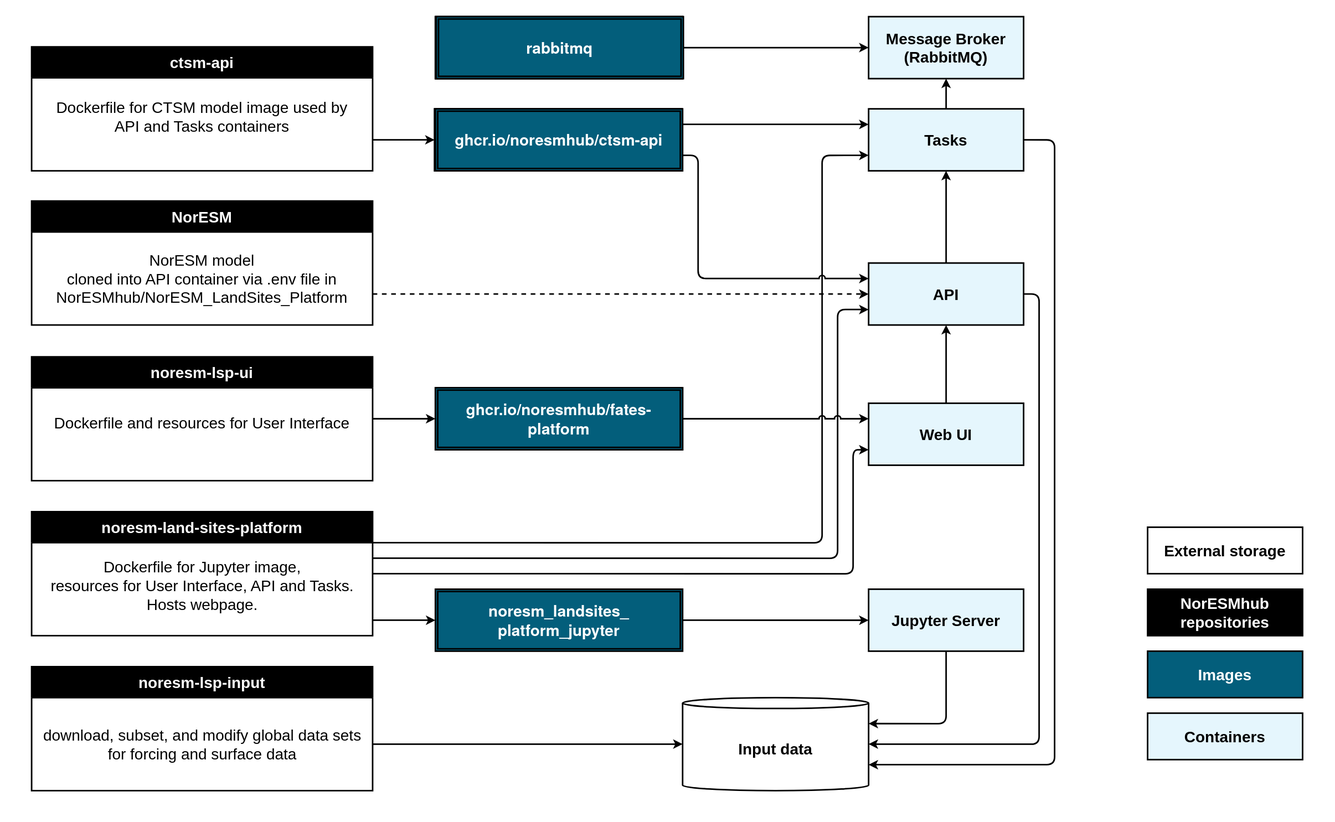
This is docs/img/repos_and_containers-MASTER.drawio.svg from NorESMhub/noresm-land-sites-platform, a draw.io export, as it was before one commit. Source tidied: cells renumbered, new cells last; positions are measured from the earlier drawing's top-left corner, leaving out a move shared by most shapes.
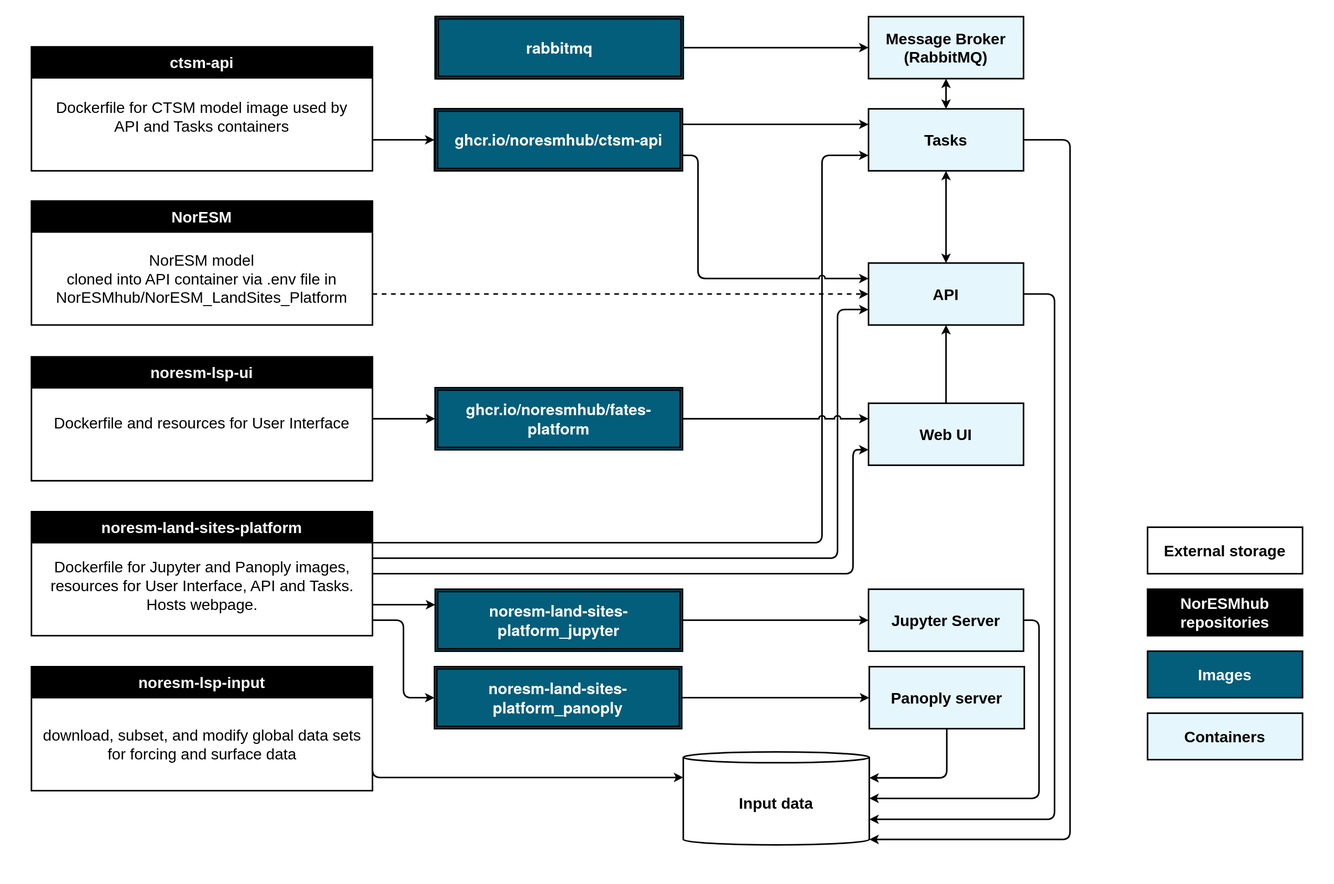
After the commit.

What changed in the source:
```diff
@@ -3,12 +3,10 @@
     <mxCell id="0" />
     <mxCell id="1" parent="0" />
     <mxCell id="2" style="rounded=0;whiteSpace=wrap;html=1;fontColor=#000000;fillColor=default;strokeColor=none;" parent="1" vertex="1">
-      <mxGeometry width="1720" height="1060" as="geometry" />
+      <mxGeometry width="1720" height="1140" as="geometry" />
     </mxCell>
-    <mxCell id="3" style="edgeStyle=orthogonalEdgeStyle;rounded=1;jettySize=auto;html=1;entryX=0;entryY=0.5;entryDx=0;entryDy=0;startArrow=none;startFill=0;fontSize=20;labelBackgroundColor=none;labelBorderColor=none;strokeWidth=2;jumpStyle=arc;endArrow=classic;endFill=1;" parent="1" edge="1" target="26">
-      <mxGeometry relative="1" as="geometry">
-        <mxPoint x="480" y="800" as="sourcePoint" />
-      </mxGeometry>
+    <mxCell id="3" style="edgeStyle=orthogonalEdgeStyle;rounded=1;jettySize=auto;html=1;entryX=0;entryY=0.25;entryDx=0;entryDy=0;startArrow=none;startFill=0;fontSize=20;labelBackgroundColor=none;labelBorderColor=none;strokeWidth=2;jumpStyle=arc;endArrow=classic;endFill=1;exitX=1;exitY=0.75;exitDx=0;exitDy=0;" parent="1" edge="1" source="6" target="26">
+      <mxGeometry relative="1" as="geometry" />
     </mxCell>
     <mxCell id="4" style="edgeStyle=orthogonalEdgeStyle;rounded=1;jettySize=auto;html=1;entryX=0;entryY=0.75;entryDx=0;entryDy=0;fontSize=20;startArrow=none;startFill=0;jumpStyle=arc;labelBackgroundColor=none;labelBorderColor=none;strokeWidth=2;endArrow=classic;endFill=1;" parent="1" edge="1" target="42">
       <mxGeometry relative="1" as="geometry">
@@ -27,10 +25,19 @@
         </Array>
       </mxGeometry>
     </mxCell>
+    <mxCell id="51" style="edgeStyle=orthogonalEdgeStyle;rounded=1;jettySize=auto;html=1;entryX=0;entryY=0.5;entryDx=0;entryDy=0;labelBackgroundColor=none;fontSize=20;startArrow=none;startFill=0;labelBorderColor=none;strokeWidth=2;endFill=1;" parent="1" edge="1" target="55">
+      <mxGeometry relative="1" as="geometry">
+        <mxPoint x="480" y="800" as="sourcePoint" />
+        <Array as="points">
+          <mxPoint x="520" y="800" />
+          <mxPoint x="520" y="900" />
+        </Array>
+      </mxGeometry>
+    </mxCell>
     <mxCell id="6" value="noresm-land-sites-platform" style="swimlane;fontSize=20;startSize=40;labelBackgroundColor=none;labelBorderColor=none;whiteSpace=wrap;fillColor=#000000;strokeWidth=2;fontColor=#FFFFFF;" parent="1" vertex="1">
       <mxGeometry x="40" y="660" width="440" height="160" as="geometry" />
     </mxCell>
-    <mxCell id="7" value="Dockerfile for Jupyter image,&lt;br&gt;resources for User Interface, API and Tasks.&lt;br&gt;&lt;div&gt;Hosts webpage.&lt;/div&gt;" style="text;html=1;align=center;verticalAlign=middle;strokeColor=none;fillColor=none;fontSize=20;rounded=0;labelBackgroundColor=none;labelBorderColor=none;strokeWidth=2;" parent="6" vertex="1">
+    <mxCell id="7" value="Dockerfile for Jupyter and Panoply images,&lt;br&gt;resources for User Interface, API and Tasks.&lt;br&gt;&lt;div&gt;Hosts webpage.&lt;/div&gt;" style="text;html=1;align=center;verticalAlign=middle;strokeColor=none;fillColor=none;fontSize=20;rounded=0;labelBackgroundColor=none;labelBorderColor=none;strokeWidth=2;" parent="6" vertex="1">
       <mxGeometry x="10" y="50" width="420" height="90" as="geometry" />
     </mxCell>
     <mxCell id="8" style="edgeStyle=orthogonalEdgeStyle;rounded=1;jettySize=auto;html=1;entryX=0;entryY=0.5;entryDx=0;entryDy=0;startArrow=none;startFill=0;exitX=1;exitY=0.75;exitDx=0;exitDy=0;fontSize=20;labelBackgroundColor=none;labelBorderColor=none;strokeWidth=2;jumpStyle=arc;endArrow=classic;endFill=1;" parent="1" edge="1" source="9" target="22">
@@ -45,32 +52,34 @@
     <mxCell id="11" value="&lt;b style=&quot;font-size: 20px;&quot;&gt;&lt;font style=&quot;font-size: 20px;&quot;&gt;Message Broker (RabbitMQ)&lt;/font&gt;&lt;/b&gt;" style="rounded=0;whiteSpace=wrap;html=1;fillColor=#E5F6FD;strokeColor=#000000;fontColor=#000000;fontSize=20;labelBackgroundColor=none;labelBorderColor=none;strokeWidth=2;" parent="1" vertex="1">
       <mxGeometry x="1120" y="21" width="200" height="80" as="geometry" />
     </mxCell>
-    <mxCell id="12" style="edgeStyle=orthogonalEdgeStyle;rounded=1;jettySize=auto;html=1;exitX=0.5;exitY=1;exitDx=0;exitDy=0;entryX=1;entryY=0;entryDx=0;entryDy=33.5;entryPerimeter=0;startArrow=none;startFill=0;fontSize=20;labelBackgroundColor=none;labelBorderColor=none;strokeWidth=2;jumpStyle=arc;endArrow=classic;endFill=1;" parent="1" edge="1" source="13" target="32">
+    <mxCell id="12" style="edgeStyle=orthogonalEdgeStyle;rounded=1;jettySize=auto;html=1;exitX=1;exitY=0.5;exitDx=0;exitDy=0;entryX=1;entryY=0.5;entryDx=0;entryDy=0;entryPerimeter=0;startArrow=none;startFill=0;fontSize=20;labelBackgroundColor=none;labelBorderColor=none;strokeWidth=2;jumpStyle=arc;endArrow=classic;endFill=1;" parent="1" edge="1" source="13" target="32">
       <mxGeometry relative="1" as="geometry">
         <Array as="points">
-          <mxPoint x="1220" y="934" />
+          <mxPoint x="1340" y="800" />
+          <mxPoint x="1340" y="1030" />
         </Array>
       </mxGeometry>
     </mxCell>
     <mxCell id="13" value="Jupyter Server" style="rounded=0;whiteSpace=wrap;html=1;fontSize=20;fontStyle=1;fillColor=#E5F6FD;labelBackgroundColor=none;labelBorderColor=none;strokeWidth=2;" parent="1" vertex="1">
       <mxGeometry x="1120" y="760" width="200" height="80" as="geometry" />
     </mxCell>
-    <mxCell id="14" style="edgeStyle=orthogonalEdgeStyle;rounded=1;jettySize=auto;html=1;exitX=1;exitY=0.5;exitDx=0;exitDy=0;entryX=1;entryY=0.5;entryDx=0;entryDy=0;entryPerimeter=0;startArrow=none;startFill=0;fontSize=20;labelBackgroundColor=none;labelBorderColor=none;strokeWidth=2;jumpStyle=arc;endArrow=classic;endFill=1;" parent="1" edge="1" source="42" target="32">
+    <mxCell id="14" style="edgeStyle=orthogonalEdgeStyle;rounded=1;jettySize=auto;html=1;exitX=1;exitY=0.5;exitDx=0;exitDy=0;entryX=1;entryY=0;entryDx=0;entryDy=86.5;entryPerimeter=0;startArrow=none;startFill=0;fontSize=20;labelBackgroundColor=none;labelBorderColor=none;strokeWidth=2;jumpStyle=arc;endArrow=classic;endFill=1;" parent="1" edge="1" source="42" target="32">
       <mxGeometry relative="1" as="geometry">
         <Array as="points">
-          <mxPoint x="1340" y="379" />
-          <mxPoint x="1340" y="960" />
+          <mxPoint x="1360" y="379" />
+          <mxPoint x="1360" y="1057" />
+          <mxPoint x="1121" y="1057" />
         </Array>
       </mxGeometry>
     </mxCell>
-    <mxCell id="15" style="edgeStyle=orthogonalEdgeStyle;rounded=1;jettySize=auto;html=1;startArrow=none;startFill=0;fontSize=20;labelBackgroundColor=none;labelBorderColor=none;strokeWidth=2;jumpStyle=arc;endArrow=classic;endFill=1;exitX=0.5;exitY=0;exitDx=0;exitDy=0;" parent="1" edge="1" source="40" target="11">
+    <mxCell id="15" style="edgeStyle=orthogonalEdgeStyle;rounded=1;jettySize=auto;html=1;startArrow=classic;startFill=1;fontSize=20;labelBackgroundColor=none;labelBorderColor=none;strokeWidth=2;jumpStyle=arc;endArrow=classic;endFill=1;exitX=0.5;exitY=0;exitDx=0;exitDy=0;" parent="1" edge="1" source="40" target="11">
       <mxGeometry relative="1" as="geometry" />
     </mxCell>
-    <mxCell id="16" style="edgeStyle=orthogonalEdgeStyle;rounded=1;jettySize=auto;html=1;exitX=1;exitY=0.5;exitDx=0;exitDy=0;startArrow=none;startFill=0;fontSize=20;labelBackgroundColor=none;labelBorderColor=none;strokeWidth=2;jumpStyle=arc;endArrow=classic;endFill=1;entryX=1;entryY=0;entryDx=0;entryDy=86.5;entryPerimeter=0;" parent="1" edge="1" source="40" target="32">
+    <mxCell id="16" style="edgeStyle=orthogonalEdgeStyle;rounded=1;jettySize=auto;html=1;exitX=1;exitY=0.5;exitDx=0;exitDy=0;startArrow=none;startFill=0;fontSize=20;labelBackgroundColor=none;labelBorderColor=none;strokeWidth=2;jumpStyle=arc;endArrow=classic;endFill=1;entryX=1;entryY=1;entryDx=0;entryDy=-7;entryPerimeter=0;" parent="1" edge="1" source="40" target="32">
       <mxGeometry relative="1" as="geometry">
         <Array as="points">
-          <mxPoint x="1360" y="180" />
-          <mxPoint x="1360" y="987" />
+          <mxPoint x="1380" y="180" />
+          <mxPoint x="1380" y="1083" />
         </Array>
       </mxGeometry>
     </mxCell>
@@ -116,7 +125,7 @@
         </Array>
       </mxGeometry>
     </mxCell>
-    <mxCell id="26" value="&lt;div&gt;&lt;span style=&quot;font-family: &amp;quot;Open SansVariable&amp;quot;, &amp;quot;Helvetica Neue&amp;quot;, sans-serif; font-size: 20px; font-style: normal; font-variant-ligatures: normal; font-variant-caps: normal; font-weight: 600; letter-spacing: normal; text-align: left; text-indent: 0px; text-transform: none; word-spacing: 0px; -webkit-text-stroke-width: 0px; text-decoration-thickness: initial; text-decoration-style: initial; text-decoration-color: initial; display: inline !important; float: none;&quot;&gt;noresm_landsites_&lt;br&gt;platform_jupyter&lt;/span&gt;&lt;/div&gt;" style="shape=ext;double=1;rounded=0;whiteSpace=wrap;html=1;fontFamily=Helvetica;fontSize=20;fontColor=#FFFFFF;fillColor=#035E7B;gradientColor=none;verticalAlign=middle;labelBackgroundColor=none;labelBorderColor=none;strokeWidth=2;" parent="1" vertex="1">
+    <mxCell id="26" value="&lt;div&gt;&lt;span style=&quot;font-family: &amp;quot;Open SansVariable&amp;quot;, &amp;quot;Helvetica Neue&amp;quot;, sans-serif; font-size: 20px; font-style: normal; font-variant-ligatures: normal; font-variant-caps: normal; font-weight: 600; letter-spacing: normal; text-align: left; text-indent: 0px; text-transform: none; word-spacing: 0px; -webkit-text-stroke-width: 0px; text-decoration-thickness: initial; text-decoration-style: initial; text-decoration-color: initial; display: inline !important; float: none;&quot;&gt;noresm-land-sites-&lt;br&gt;platform_jupyter&lt;/span&gt;&lt;/div&gt;" style="shape=ext;double=1;rounded=0;whiteSpace=wrap;html=1;fontFamily=Helvetica;fontSize=20;fontColor=#FFFFFF;fillColor=#035E7B;gradientColor=none;verticalAlign=middle;labelBackgroundColor=none;labelBorderColor=none;strokeWidth=2;" parent="1" vertex="1">
       <mxGeometry x="561" y="760" width="319" height="80" as="geometry" />
     </mxCell>
     <mxCell id="27" style="edgeStyle=orthogonalEdgeStyle;rounded=1;jettySize=auto;html=1;exitX=1;exitY=0.5;exitDx=0;exitDy=0;entryX=0;entryY=0.5;entryDx=0;entryDy=0;startArrow=none;startFill=0;fontSize=20;labelBackgroundColor=none;labelBorderColor=none;strokeWidth=2;jumpStyle=arc;endArrow=classic;endFill=1;" parent="1" edge="1" source="28" target="11">
@@ -125,9 +134,12 @@
     <mxCell id="28" value="&lt;span style=&quot;color: rgb(39, 52, 59); font-family: &amp;quot;Open SansVariable&amp;quot;, &amp;quot;Helvetica Neue&amp;quot;, sans-serif; font-size: 20px; font-style: normal; font-variant-ligatures: normal; font-variant-caps: normal; font-weight: 600; letter-spacing: normal; text-align: left; text-indent: 0px; text-transform: none; word-spacing: 0px; -webkit-text-stroke-width: 0px; text-decoration-thickness: initial; text-decoration-style: initial; text-decoration-color: initial; display: inline !important; float: none;&quot;&gt;rabbitmq&lt;/span&gt;" style="shape=ext;double=1;rounded=0;whiteSpace=wrap;html=1;fontFamily=Helvetica;fontSize=20;fontColor=default;fillColor=#CCFFE6;gradientColor=none;verticalAlign=middle;labelBackgroundColor=none;labelBorderColor=none;strokeWidth=2;" parent="1" vertex="1">
       <mxGeometry x="561" y="21" width="319" height="80" as="geometry" />
     </mxCell>
-    <mxCell id="29" style="edgeStyle=orthogonalEdgeStyle;rounded=1;jettySize=auto;html=1;entryX=0;entryY=0.5;entryDx=0;entryDy=0;entryPerimeter=0;fontSize=20;labelBackgroundColor=none;labelBorderColor=none;strokeWidth=2;jumpStyle=arc;endArrow=classic;endFill=1;startArrow=none;startFill=0;" parent="1" edge="1" target="32">
+    <mxCell id="29" style="edgeStyle=orthogonalEdgeStyle;rounded=1;jettySize=auto;html=1;entryX=0;entryY=0;entryDx=0;entryDy=33.5;entryPerimeter=0;fontSize=20;labelBackgroundColor=none;labelBorderColor=none;strokeWidth=2;jumpStyle=arc;endArrow=classic;endFill=1;startArrow=none;startFill=0;exitX=1;exitY=0.75;exitDx=0;exitDy=0;" parent="1" edge="1" source="30" target="32">
       <mxGeometry relative="1" as="geometry">
-        <mxPoint x="480" y="960" as="sourcePoint" />
+        <Array as="points">
+          <mxPoint x="480" y="1003" />
+          <mxPoint x="881" y="1003" />
+        </Array>
       </mxGeometry>
     </mxCell>
     <mxCell id="30" value="noresm-lsp-input" style="swimlane;fontSize=20;startSize=40;labelBackgroundColor=none;labelBorderColor=none;whiteSpace=wrap;fillColor=#000000;strokeWidth=2;fontColor=#FFFFFF;" parent="1" vertex="1">
@@ -137,7 +149,7 @@
       <mxGeometry x="5" y="70" width="430" height="60" as="geometry" />
     </mxCell>
     <mxCell id="32" value="Input data" style="shape=cylinder3;whiteSpace=wrap;html=1;boundedLbl=1;backgroundOutline=1;size=7;fontSize=20;labelBackgroundColor=none;labelBorderColor=none;fillColor=#FFFFFF;strokeWidth=2;fontStyle=1;" parent="1" vertex="1">
-      <mxGeometry x="880" y="900" width="240" height="120" as="geometry" />
+      <mxGeometry x="881" y="970" width="240" height="120" as="geometry" />
     </mxCell>
     <mxCell id="33" style="edgeStyle=orthogonalEdgeStyle;rounded=1;jumpStyle=none;jettySize=auto;html=1;exitX=1;exitY=0.75;exitDx=0;exitDy=0;entryX=0;entryY=0.5;entryDx=0;entryDy=0;fontSize=20;labelBackgroundColor=none;labelBorderColor=none;strokeWidth=2;endArrow=classic;endFill=1;startArrow=none;startFill=0;dashed=1;" parent="1" edge="1" source="34" target="42">
       <mxGeometry relative="1" as="geometry">
@@ -173,7 +185,7 @@
     <mxCell id="40" value="&lt;b style=&quot;font-size: 20px;&quot;&gt;&lt;font style=&quot;font-size: 20px;&quot;&gt;Tasks&lt;/font&gt;&lt;/b&gt;" style="rounded=0;whiteSpace=wrap;html=1;fillColor=#E5F6FD;fontSize=20;labelBackgroundColor=none;labelBorderColor=none;strokeWidth=2;" parent="1" vertex="1">
       <mxGeometry x="1120" y="140" width="200" height="80" as="geometry" />
     </mxCell>
-    <mxCell id="41" style="edgeStyle=orthogonalEdgeStyle;rounded=1;jettySize=auto;html=1;exitX=0.5;exitY=0;exitDx=0;exitDy=0;entryX=0.5;entryY=1;entryDx=0;entryDy=0;strokeWidth=2;" parent="1" edge="1" source="42" target="40">
+    <mxCell id="41" style="edgeStyle=orthogonalEdgeStyle;rounded=1;jettySize=auto;html=1;exitX=0.5;exitY=0;exitDx=0;exitDy=0;entryX=0.5;entryY=1;entryDx=0;entryDy=0;strokeWidth=2;startArrow=classic;startFill=1;" parent="1" edge="1" source="42" target="40">
       <mxGeometry relative="1" as="geometry" />
     </mxCell>
     <mxCell id="42" value="&lt;b style=&quot;font-size: 20px;&quot;&gt;&lt;font style=&quot;font-size: 20px;&quot;&gt;API&lt;/font&gt;&lt;/b&gt;" style="rounded=0;whiteSpace=wrap;html=1;fillColor=#E5F6FD;fontSize=20;labelBackgroundColor=none;labelBorderColor=none;strokeWidth=2;" parent="1" vertex="1">
@@ -203,5 +215,17 @@
     <mxCell id="50" value="&lt;span style=&quot;font-family: &amp;quot;Open SansVariable&amp;quot;, &amp;quot;Helvetica Neue&amp;quot;, sans-serif; font-size: 20px; font-style: normal; font-variant-ligatures: normal; font-variant-caps: normal; font-weight: 600; letter-spacing: normal; text-align: left; text-indent: 0px; text-transform: none; word-spacing: 0px; -webkit-text-stroke-width: 0px; text-decoration-thickness: initial; text-decoration-style: initial; text-decoration-color: initial; display: inline !important; float: none;&quot;&gt;ghcr.io/noresmhub/ctsm-api&lt;/span&gt;" style="shape=ext;double=1;rounded=0;whiteSpace=wrap;html=1;fontFamily=Helvetica;fontSize=20;fontColor=#FFFFFF;fillColor=#035E7B;gradientColor=none;verticalAlign=middle;labelBackgroundColor=none;labelBorderColor=none;strokeWidth=2;" parent="1" vertex="1">
       <mxGeometry x="561" y="140" width="319" height="80" as="geometry" />
     </mxCell>
+    <mxCell id="52" style="edgeStyle=orthogonalEdgeStyle;rounded=1;jettySize=auto;html=1;exitX=0.5;exitY=1;exitDx=0;exitDy=0;entryX=1;entryY=0;entryDx=0;entryDy=33.5;entryPerimeter=0;labelBackgroundColor=none;fontSize=20;startArrow=none;startFill=0;labelBorderColor=none;strokeWidth=2;endFill=1;" parent="1" edge="1" source="53" target="32">
+      <mxGeometry relative="1" as="geometry" />
+    </mxCell>
+    <mxCell id="53" value="Panoply server" style="rounded=0;whiteSpace=wrap;html=1;fontSize=20;fontStyle=1;fillColor=#E5F6FD;labelBackgroundColor=none;labelBorderColor=none;strokeWidth=2;" parent="1" vertex="1">
+      <mxGeometry x="1121" y="860" width="200" height="80" as="geometry" />
+    </mxCell>
+    <mxCell id="54" style="edgeStyle=orthogonalEdgeStyle;rounded=1;jettySize=auto;html=1;exitX=1;exitY=0.5;exitDx=0;exitDy=0;entryX=0;entryY=0.5;entryDx=0;entryDy=0;labelBackgroundColor=none;fontSize=20;startArrow=none;startFill=0;labelBorderColor=none;strokeWidth=2;endFill=1;" parent="1" edge="1" source="55" target="53">
+      <mxGeometry relative="1" as="geometry" />
+    </mxCell>
+    <mxCell id="55" value="&lt;div&gt;&lt;span style=&quot;font-family: &amp;quot;Open SansVariable&amp;quot;, &amp;quot;Helvetica Neue&amp;quot;, sans-serif; font-size: 20px; font-style: normal; font-variant-ligatures: normal; font-variant-caps: normal; font-weight: 600; letter-spacing: normal; text-align: left; text-indent: 0px; text-transform: none; word-spacing: 0px; -webkit-text-stroke-width: 0px; text-decoration-thickness: initial; text-decoration-style: initial; text-decoration-color: initial; display: inline !important; float: none;&quot;&gt;noresm-land-sites-platform_panoply&lt;/span&gt;&lt;/div&gt;" style="shape=ext;double=1;rounded=0;whiteSpace=wrap;html=1;fontFamily=Helvetica;fontSize=20;fontColor=#FFFFFF;fillColor=#035E7B;gradientColor=none;verticalAlign=middle;labelBackgroundColor=none;labelBorderColor=none;strokeWidth=2;" parent="1" vertex="1">
+      <mxGeometry x="560" y="860" width="319" height="80" as="geometry" />
+    </mxCell>
   </root>
 </mxGraphModel>
```
